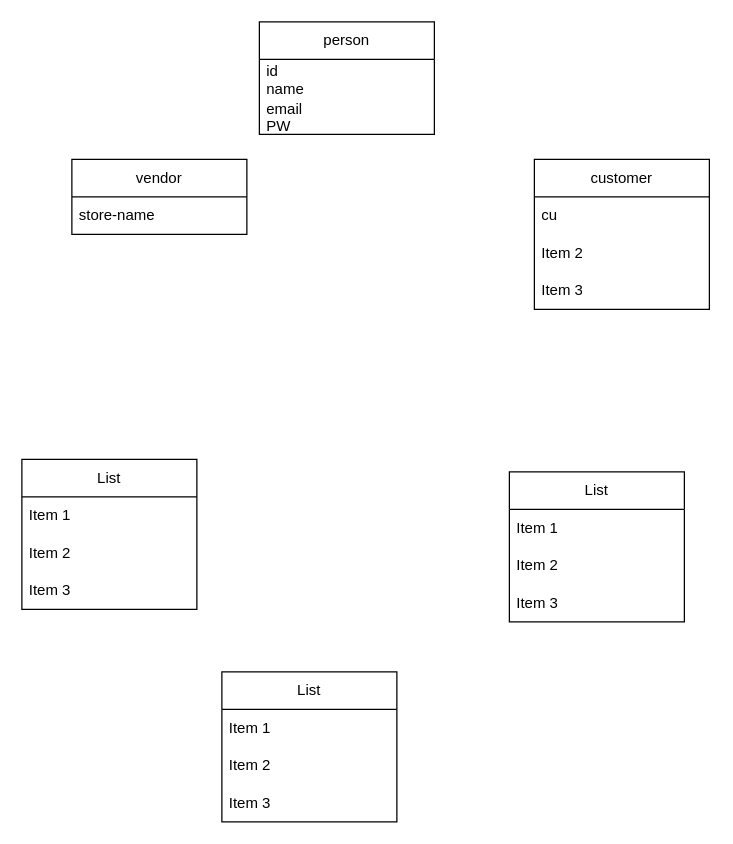
Before: Ecommerce_Platform.drawio in 7alarooh/classesWithAttributes_Methods, a draw.io diagram. Source tidied: cells renumbered, new cells numbered last; positions are measured from the earlier drawing's top-left corner, leaving out a move shared by most shapes. Both pictures are drawn from the tidied source at 125%, with x=0, y=0 at pixel (21, 21).
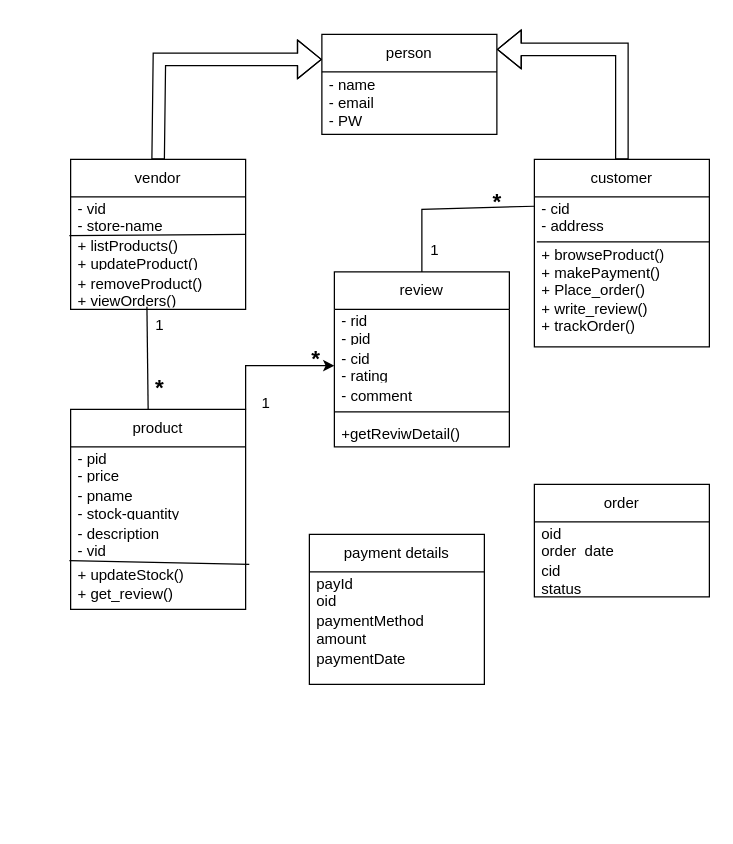
After the change.

Diff of the diagram source:
```diff
@@
     <mxCell id="2" value="vendor" style="swimlane;fontStyle=0;horizontal=1;startSize=30;whiteSpace=wrap;html=1;" parent="1" vertex="1">
-      <mxGeometry x="40" y="110" width="140" height="60" as="geometry" />
+      <mxGeometry x="39" y="110" width="140" height="120" as="geometry" />
     </mxCell>
-    <mxCell id="3" value="store-name" style="text;strokeColor=none;fillColor=none;align=left;verticalAlign=middle;spacingLeft=4;spacingRight=4;overflow=hidden;whiteSpace=wrap;html=1;" parent="2" vertex="1">
+    <mxCell id="3" value="&lt;div&gt;- vid&lt;/div&gt;- store-name" style="text;strokeColor=none;fillColor=none;align=left;verticalAlign=middle;spacingLeft=4;spacingRight=4;overflow=hidden;whiteSpace=wrap;html=1;" parent="2" vertex="1">
       <mxGeometry y="30" width="140" height="30" as="geometry" />
     </mxCell>
+    <mxCell id="23" style="endArrow=none;html=1;rounded=0;entryX=1;entryY=0.1;entryDx=0;entryDy=0;entryPerimeter=0;exitX=-0.007;exitY=1.133;exitDx=0;exitDy=0;exitPerimeter=0;" parent="2" edge="1">
+      <mxGeometry relative="1" as="geometry">
+        <mxPoint x="-1" y="61" as="sourcePoint" />
+        <mxPoint x="140" y="60" as="targetPoint" />
+      </mxGeometry>
+    </mxCell>
+    <mxCell id="24" value="+ listProducts()&lt;div&gt;&lt;/div&gt;&lt;div&gt;+ updateProduct()&lt;/div&gt;" style="text;strokeColor=none;fillColor=none;align=left;verticalAlign=middle;spacingLeft=4;spacingRight=4;overflow=hidden;whiteSpace=wrap;html=1;" parent="2" vertex="1">
+      <mxGeometry y="60" width="140" height="30" as="geometry" />
+    </mxCell>
+    <mxCell id="25" value="+ removeProduct()&lt;div&gt;&lt;/div&gt;&lt;div&gt;+ viewOrders()&lt;/div&gt;" style="text;strokeColor=none;fillColor=none;align=left;verticalAlign=middle;spacingLeft=4;spacingRight=4;overflow=hidden;points=[[0,0.5],[1,0.5]];portConstraint=eastwest;whiteSpace=wrap;html=1;" parent="2" vertex="1">
+      <mxGeometry y="90" width="140" height="30" as="geometry" />
+    </mxCell>
-    <mxCell id="4" value="List" style="swimlane;fontStyle=0;horizontal=1;startSize=30;whiteSpace=wrap;html=1;" parent="1" vertex="1">
-      <mxGeometry x="160" y="520" width="140" height="120" as="geometry" />
+    <mxCell id="4" value="review" style="swimlane;fontStyle=0;horizontal=1;startSize=30;whiteSpace=wrap;html=1;" parent="1" vertex="1">
+      <mxGeometry x="250" y="200" width="140" height="140" as="geometry" />
     </mxCell>
-    <mxCell id="5" value="Item 1" style="text;strokeColor=none;fillColor=none;align=left;verticalAlign=middle;spacingLeft=4;spacingRight=4;overflow=hidden;whiteSpace=wrap;html=1;" parent="4" vertex="1">
+    <mxCell id="5" value="- rid&lt;div&gt;- pid&lt;/div&gt;" style="text;strokeColor=none;fillColor=none;align=left;verticalAlign=middle;spacingLeft=4;spacingRight=4;overflow=hidden;whiteSpace=wrap;html=1;" parent="4" vertex="1">
       <mxGeometry y="30" width="140" height="30" as="geometry" />
     </mxCell>
-    <mxCell id="6" value="Item 2" style="text;strokeColor=none;fillColor=none;align=left;verticalAlign=middle;spacingLeft=4;spacingRight=4;overflow=hidden;points=[[0,0.5],[1,0.5]];portConstraint=eastwest;whiteSpace=wrap;html=1;" parent="4" vertex="1">
+    <mxCell id="6" value="- cid&lt;div&gt;- rating&lt;/div&gt;" style="text;strokeColor=none;fillColor=none;align=left;verticalAlign=middle;spacingLeft=4;spacingRight=4;overflow=hidden;points=[[0,0.5],[1,0.5]];portConstraint=eastwest;whiteSpace=wrap;html=1;" parent="4" vertex="1">
       <mxGeometry y="60" width="140" height="30" as="geometry" />
     </mxCell>
-    <mxCell id="7" value="Item 3" style="text;strokeColor=none;fillColor=none;align=left;verticalAlign=middle;spacingLeft=4;spacingRight=4;overflow=hidden;whiteSpace=wrap;html=1;" parent="4" vertex="1">
+    <mxCell id="7" value="- comment&lt;div&gt;&lt;br&gt;&lt;/div&gt;" style="text;strokeColor=none;fillColor=none;align=left;verticalAlign=middle;spacingLeft=4;spacingRight=4;overflow=hidden;whiteSpace=wrap;html=1;" parent="4" vertex="1">
       <mxGeometry y="90" width="140" height="30" as="geometry" />
     </mxCell>
+    <mxCell id="26" value="&lt;div&gt;+getReviwDetail()&lt;/div&gt;&lt;div&gt;&lt;br&gt;&lt;/div&gt;" style="text;strokeColor=none;fillColor=none;align=left;verticalAlign=middle;spacingLeft=4;spacingRight=4;overflow=hidden;whiteSpace=wrap;html=1;" parent="4" vertex="1">
+      <mxGeometry y="120" width="140" height="20" as="geometry" />
+    </mxCell>
+    <mxCell id="27" style="endArrow=none;html=1;rounded=0;entryX=1;entryY=0.5;entryDx=0;entryDy=0;exitX=0;exitY=0.5;exitDx=0;exitDy=0;" parent="4" edge="1">
+      <mxGeometry relative="1" as="geometry">
+        <mxPoint y="112" as="sourcePoint" />
+        <mxPoint x="140" y="112" as="targetPoint" />
+      </mxGeometry>
+    </mxCell>
-    <mxCell id="8" value="List" style="swimlane;fontStyle=0;horizontal=1;startSize=30;whiteSpace=wrap;html=1;" parent="1" vertex="1">
-      <mxGeometry x="390" y="360" width="140" height="120" as="geometry" />
+    <mxCell id="8" value="order" style="swimlane;fontStyle=0;horizontal=1;startSize=30;whiteSpace=wrap;html=1;" parent="1" vertex="1">
+      <mxGeometry x="410" y="370" width="140" height="90" as="geometry" />
     </mxCell>
-    <mxCell id="9" value="Item 1" style="text;strokeColor=none;fillColor=none;align=left;verticalAlign=middle;spacingLeft=4;spacingRight=4;overflow=hidden;whiteSpace=wrap;html=1;" parent="8" vertex="1">
+    <mxCell id="9" value="oid&lt;div&gt;order_date&lt;/div&gt;" style="text;strokeColor=none;fillColor=none;align=left;verticalAlign=middle;spacingLeft=4;spacingRight=4;overflow=hidden;whiteSpace=wrap;html=1;" parent="8" vertex="1">
       <mxGeometry y="30" width="140" height="30" as="geometry" />
     </mxCell>
-    <mxCell id="10" value="Item 2" style="text;strokeColor=none;fillColor=none;align=left;verticalAlign=middle;spacingLeft=4;spacingRight=4;overflow=hidden;whiteSpace=wrap;html=1;" parent="8" vertex="1">
+    <mxCell id="10" value="cid&lt;div&gt;status&lt;/div&gt;" style="text;strokeColor=none;fillColor=none;align=left;verticalAlign=middle;spacingLeft=4;spacingRight=4;overflow=hidden;whiteSpace=wrap;html=1;" parent="8" vertex="1">
       <mxGeometry y="60" width="140" height="30" as="geometry" />
     </mxCell>
-    <mxCell id="11" value="Item 3" style="text;strokeColor=none;fillColor=none;align=left;verticalAlign=middle;spacingLeft=4;spacingRight=4;overflow=hidden;whiteSpace=wrap;html=1;" parent="8" vertex="1">
-      <mxGeometry y="90" width="140" height="30" as="geometry" />
-    </mxCell>
+    <mxCell id="28" style="edgeStyle=orthogonalEdgeStyle;rounded=0;jettySize=auto;html=1;exitX=1;exitY=0;exitDx=0;exitDy=0;entryX=0;entryY=0.5;entryDx=0;entryDy=0;" parent="1" edge="1" source="12" target="6">
+      <mxGeometry relative="1" as="geometry" />
+    </mxCell>
-    <mxCell id="12" value="List" style="swimlane;fontStyle=0;horizontal=1;startSize=30;whiteSpace=wrap;html=1;" parent="1" vertex="1">
-      <mxGeometry y="350" width="140" height="120" as="geometry" />
+    <mxCell id="12" value="product" style="swimlane;fontStyle=0;horizontal=1;startSize=30;whiteSpace=wrap;html=1;" parent="1" vertex="1">
+      <mxGeometry x="39" y="310" width="140" height="160" as="geometry" />
     </mxCell>
-    <mxCell id="13" value="Item 1" style="text;strokeColor=none;fillColor=none;align=left;verticalAlign=middle;spacingLeft=4;spacingRight=4;overflow=hidden;whiteSpace=wrap;html=1;" parent="12" vertex="1">
+    <mxCell id="13" value="- pid&lt;div&gt;- price&lt;/div&gt;" style="text;strokeColor=none;fillColor=none;align=left;verticalAlign=middle;spacingLeft=4;spacingRight=4;overflow=hidden;whiteSpace=wrap;html=1;" parent="12" vertex="1">
       <mxGeometry y="30" width="140" height="30" as="geometry" />
     </mxCell>
-    <mxCell id="14" value="Item 2" style="text;strokeColor=none;fillColor=none;align=left;verticalAlign=middle;spacingLeft=4;spacingRight=4;overflow=hidden;whiteSpace=wrap;html=1;" parent="12" vertex="1">
+    <mxCell id="14" value="- pname&lt;div&gt;- stock-quantity&lt;/div&gt;" style="text;strokeColor=none;fillColor=none;align=left;verticalAlign=middle;spacingLeft=4;spacingRight=4;overflow=hidden;whiteSpace=wrap;html=1;" parent="12" vertex="1">
       <mxGeometry y="60" width="140" height="30" as="geometry" />
     </mxCell>
-    <mxCell id="15" value="Item 3" style="text;strokeColor=none;fillColor=none;align=left;verticalAlign=middle;spacingLeft=4;spacingRight=4;overflow=hidden;whiteSpace=wrap;html=1;" parent="12" vertex="1">
-      <mxGeometry y="90" width="140" height="30" as="geometry" />
-    </mxCell>
+    <mxCell id="29" value="- description&lt;div&gt;- vid&lt;/div&gt;" style="text;strokeColor=none;fillColor=none;align=left;verticalAlign=middle;spacingLeft=4;spacingRight=4;overflow=hidden;points=[[0,0.5],[1,0.5]];portConstraint=eastwest;whiteSpace=wrap;html=1;" parent="12" vertex="1">
+      <mxGeometry y="90" width="140" height="30" as="geometry" />
+    </mxCell>
+    <mxCell id="30" value="+ updateStock()&lt;div&gt;+ get_review()&lt;/div&gt;" style="text;strokeColor=none;fillColor=none;align=left;verticalAlign=middle;spacingLeft=4;spacingRight=4;overflow=hidden;points=[[0,0.5],[1,0.5]];portConstraint=eastwest;whiteSpace=wrap;html=1;" parent="12" vertex="1">
+      <mxGeometry y="120" width="140" height="40" as="geometry" />
+    </mxCell>
+    <mxCell id="31" style="endArrow=none;html=1;rounded=0;exitX=-0.007;exitY=1.033;exitDx=0;exitDy=0;exitPerimeter=0;entryX=1.021;entryY=0.1;entryDx=0;entryDy=0;entryPerimeter=0;" parent="12" edge="1" source="29" target="30">
+      <mxGeometry relative="1" as="geometry" />
+    </mxCell>
     <mxCell id="16" value="customer" style="swimlane;fontStyle=0;horizontal=1;startSize=30;whiteSpace=wrap;html=1;" parent="1" vertex="1">
-      <mxGeometry x="410" y="110" width="140" height="120" as="geometry" />
+      <mxGeometry x="410" y="110" width="140" height="150" as="geometry" />
     </mxCell>
-    <mxCell id="17" value="cu" style="text;strokeColor=none;fillColor=none;align=left;verticalAlign=middle;spacingLeft=4;spacingRight=4;overflow=hidden;whiteSpace=wrap;html=1;" parent="16" vertex="1">
+    <mxCell id="17" value="&lt;div&gt;- cid&lt;/div&gt;- address" style="text;strokeColor=none;fillColor=none;align=left;verticalAlign=middle;spacingLeft=4;spacingRight=4;overflow=hidden;whiteSpace=wrap;html=1;" parent="16" vertex="1">
       <mxGeometry y="30" width="140" height="30" as="geometry" />
     </mxCell>
-    <mxCell id="18" value="Item 2" style="text;strokeColor=none;fillColor=none;align=left;verticalAlign=middle;spacingLeft=4;spacingRight=4;overflow=hidden;whiteSpace=wrap;html=1;" parent="16" vertex="1">
-      <mxGeometry y="60" width="140" height="30" as="geometry" />
-    </mxCell>
-    <mxCell id="19" value="Item 3" style="text;strokeColor=none;fillColor=none;align=left;verticalAlign=middle;spacingLeft=4;spacingRight=4;overflow=hidden;whiteSpace=wrap;html=1;" parent="16" vertex="1">
-      <mxGeometry y="90" width="140" height="30" as="geometry" />
-    </mxCell>
+    <mxCell id="32" value="+ browseProduct()&lt;div&gt;&lt;/div&gt;&lt;div&gt;+ makePayment()&lt;/div&gt;&lt;div&gt;+ Place_order()&lt;/div&gt;&lt;div&gt;+ write_review()&lt;/div&gt;&lt;div&gt;+ trackOrder()&lt;/div&gt;" style="text;strokeColor=none;fillColor=none;align=left;verticalAlign=middle;spacingLeft=4;spacingRight=4;overflow=hidden;points=[[0,0.5],[1,0.5]];portConstraint=eastwest;whiteSpace=wrap;html=1;" parent="16" vertex="1">
+      <mxGeometry y="60" width="140" height="90" as="geometry" />
+    </mxCell>
+    <mxCell id="33" style="endArrow=none;html=1;rounded=0;entryX=0.014;entryY=0.067;entryDx=0;entryDy=0;entryPerimeter=0;exitX=1;exitY=0.067;exitDx=0;exitDy=0;exitPerimeter=0;" parent="16" edge="1" source="32" target="32">
+      <mxGeometry relative="1" as="geometry" />
+    </mxCell>
     <mxCell id="20" value="person" style="swimlane;fontStyle=0;horizontal=1;startSize=30;whiteSpace=wrap;html=1;" parent="1" vertex="1">
-      <mxGeometry x="190" width="140" height="90" as="geometry" />
+      <mxGeometry x="240" y="10" width="140" height="80" as="geometry" />
     </mxCell>
-    <mxCell id="21" value="id&lt;div&gt;name&lt;/div&gt;" style="text;strokeColor=none;fillColor=none;align=left;verticalAlign=middle;spacingLeft=4;spacingRight=4;overflow=hidden;whiteSpace=wrap;html=1;" parent="20" vertex="1">
-      <mxGeometry y="30" width="140" height="30" as="geometry" />
-    </mxCell>
-    <mxCell id="22" value="email&lt;div&gt;PW&lt;/div&gt;" style="text;strokeColor=none;fillColor=none;align=left;verticalAlign=middle;spacingLeft=4;spacingRight=4;overflow=hidden;whiteSpace=wrap;html=1;" parent="20" vertex="1">
-      <mxGeometry y="60" width="140" height="30" as="geometry" />
+    <mxCell id="22" value="&lt;div&gt;- name&lt;/div&gt;- email&lt;div&gt;- PW&lt;/div&gt;" style="text;strokeColor=none;fillColor=none;align=left;verticalAlign=middle;spacingLeft=4;spacingRight=4;overflow=hidden;whiteSpace=wrap;html=1;" parent="20" vertex="1">
+      <mxGeometry y="30" width="140" height="50" as="geometry" />
     </mxCell>
+    <mxCell id="34" value="payment details" style="swimlane;fontStyle=0;horizontal=1;startSize=30;whiteSpace=wrap;html=1;" parent="1" vertex="1">
+      <mxGeometry x="230" y="410" width="140" height="120" as="geometry" />
+    </mxCell>
+    <mxCell id="35" value="payId&lt;div&gt;oid&lt;/div&gt;" style="text;strokeColor=none;fillColor=none;align=left;verticalAlign=middle;spacingLeft=4;spacingRight=4;overflow=hidden;whiteSpace=wrap;html=1;" parent="34" vertex="1">
+      <mxGeometry y="30" width="140" height="30" as="geometry" />
+    </mxCell>
+    <mxCell id="36" value="paymentMethod&lt;div&gt;amount&lt;/div&gt;" style="text;strokeColor=none;fillColor=none;align=left;verticalAlign=middle;spacingLeft=4;spacingRight=4;overflow=hidden;whiteSpace=wrap;html=1;" parent="34" vertex="1">
+      <mxGeometry y="60" width="140" height="30" as="geometry" />
+    </mxCell>
+    <mxCell id="37" value="paymentDate&lt;div&gt;&lt;br&gt;&lt;/div&gt;" style="text;strokeColor=none;fillColor=none;align=left;verticalAlign=middle;spacingLeft=4;spacingRight=4;overflow=hidden;whiteSpace=wrap;html=1;" parent="34" vertex="1">
+      <mxGeometry y="90" width="140" height="30" as="geometry" />
+    </mxCell>
+    <mxCell id="38" style="endArrow=none;html=1;rounded=0;exitX=0.443;exitY=0;exitDx=0;exitDy=0;exitPerimeter=0;entryX=0.436;entryY=0.933;entryDx=0;entryDy=0;entryPerimeter=0;" parent="1" edge="1" source="12" target="25">
+      <mxGeometry relative="1" as="geometry" />
+    </mxCell>
+    <mxCell id="39" value="1" style="text;html=1;align=center;verticalAlign=middle;strokeColor=none;fillColor=none;" parent="1" vertex="1">
+      <mxGeometry x="95" y="228" width="30" height="30" as="geometry" />
+    </mxCell>
+    <mxCell id="40" value="&lt;b&gt;&lt;font style=&quot;font-size: 18px;&quot;&gt;*&lt;/font&gt;&lt;/b&gt;" style="text;html=1;align=center;verticalAlign=middle;strokeColor=none;fillColor=none;" parent="1" vertex="1">
+      <mxGeometry x="95" y="273" width="30" height="40" as="geometry" />
+    </mxCell>
+    <mxCell id="41" value="1" style="text;html=1;align=center;verticalAlign=middle;strokeColor=none;fillColor=none;" parent="1" vertex="1">
+      <mxGeometry x="180" y="290" width="30" height="30" as="geometry" />
+    </mxCell>
+    <mxCell id="42" value="&lt;b&gt;&lt;font style=&quot;font-size: 18px;&quot;&gt;*&lt;/font&gt;&lt;/b&gt;" style="text;html=1;align=center;verticalAlign=middle;strokeColor=none;fillColor=none;" parent="1" vertex="1">
+      <mxGeometry x="220" y="250" width="30" height="40" as="geometry" />
+    </mxCell>
+    <mxCell id="43" style="endArrow=none;html=1;rounded=0;entryX=0.5;entryY=0;entryDx=0;entryDy=0;exitX=0;exitY=0.25;exitDx=0;exitDy=0;" parent="1" edge="1" source="16" target="4">
+      <mxGeometry relative="1" as="geometry">
+        <Array as="points">
+          <mxPoint x="320" y="150" />
+        </Array>
+      </mxGeometry>
+    </mxCell>
+    <mxCell id="44" value="1" style="text;html=1;align=center;verticalAlign=middle;strokeColor=none;fillColor=none;" parent="1" vertex="1">
+      <mxGeometry x="315" y="168" width="30" height="30" as="geometry" />
+    </mxCell>
+    <mxCell id="45" value="&lt;b&gt;&lt;font style=&quot;font-size: 18px;&quot;&gt;&lt;br&gt;*&lt;/font&gt;&lt;/b&gt;" style="text;html=1;align=center;verticalAlign=middle;strokeColor=none;fillColor=none;" parent="1" vertex="1">
+      <mxGeometry x="365" y="103" width="30" height="60" as="geometry" />
+    </mxCell>
+    <mxCell id="46" style="shape=flexArrow;endArrow=classic;html=1;rounded=0;exitX=0.5;exitY=0;exitDx=0;exitDy=0;entryX=0;entryY=0.25;entryDx=0;entryDy=0;" parent="1" edge="1" source="2" target="20">
+      <mxGeometry relative="1" as="geometry">
+        <Array as="points">
+          <mxPoint x="110" y="30" />
+        </Array>
+      </mxGeometry>
+    </mxCell>
+    <mxCell id="47" style="shape=flexArrow;endArrow=classic;html=1;rounded=0;entryX=1;entryY=0.15;entryDx=0;entryDy=0;entryPerimeter=0;exitX=0.5;exitY=0;exitDx=0;exitDy=0;" parent="1" edge="1" source="16" target="20">
+      <mxGeometry relative="1" as="geometry">
+        <Array as="points">
+          <mxPoint x="480" y="22" />
+        </Array>
+      </mxGeometry>
+    </mxCell>
```
